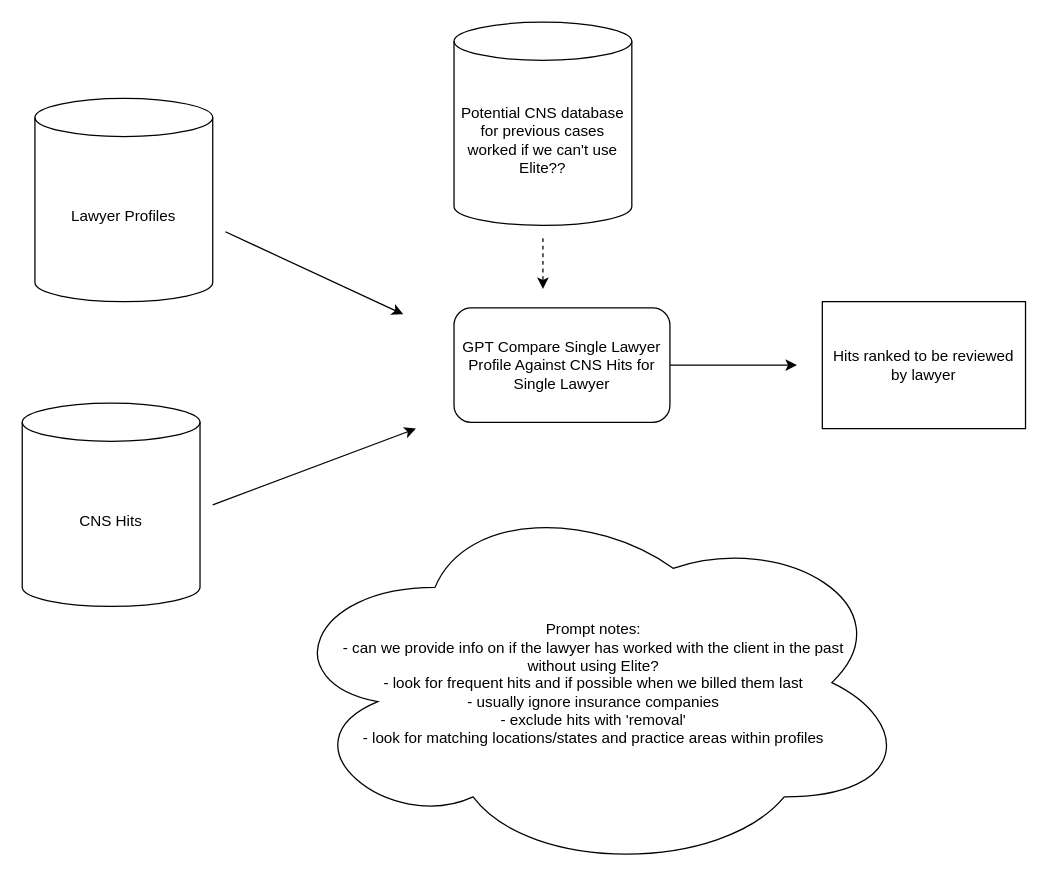
Earlier version of the draw.io diagram gpt_cns_hits.drawio (sabrina-phelps/sabrina_misc). Source tidied: cells renumbered, new cells numbered last; positions are measured from the earlier drawing's top-left corner, leaving out a move shared by most shapes. Both pictures are drawn from the tidied source at 127%, with x=0, y=0 at pixel (22, 22).
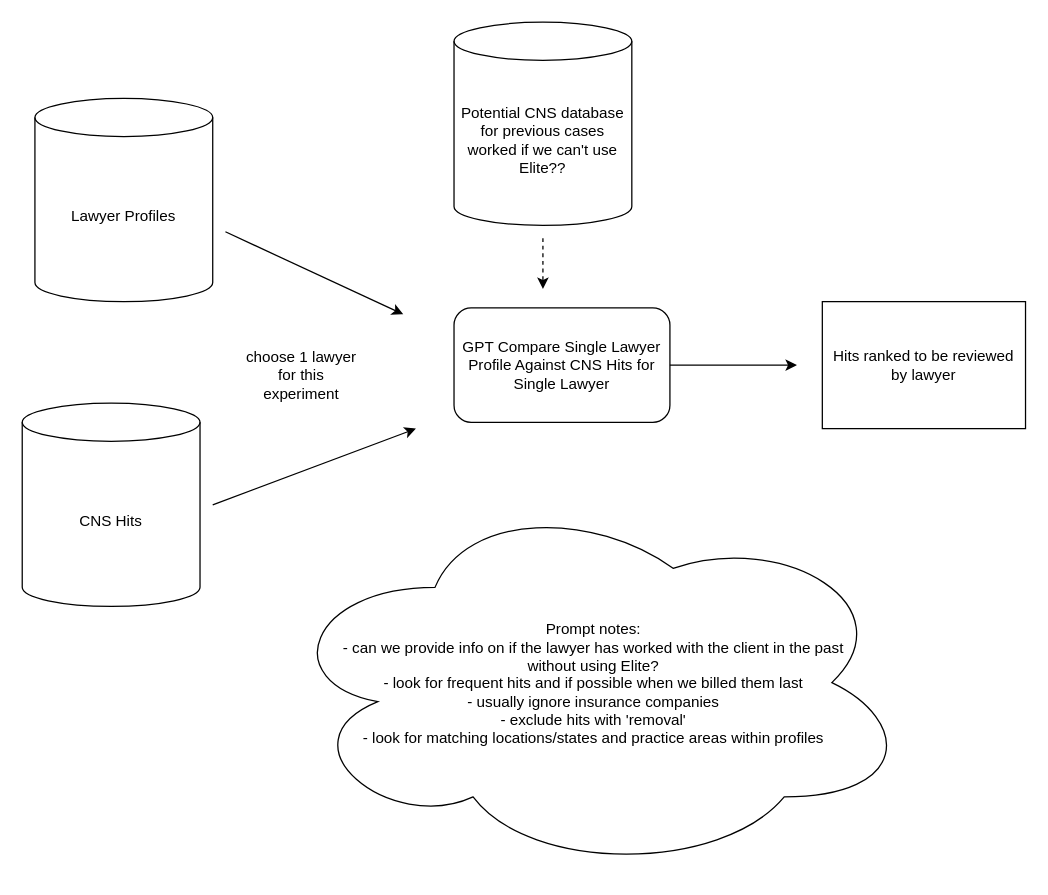
The same page after the edit.

Change to the diagram source:
```diff
@@
 <mxGraphModel>
   <root>
     <mxCell id="0" />
     <mxCell id="1" parent="0" />
     <mxCell id="2" value="Lawyer Profiles" style="shape=cylinder3;whiteSpace=wrap;html=1;boundedLbl=1;backgroundOutline=1;size=15;" parent="1" vertex="1">
       <mxGeometry x="10" y="60" width="140" height="160" as="geometry" />
     </mxCell>
     <mxCell id="3" value="CNS Hits" style="shape=cylinder3;whiteSpace=wrap;html=1;boundedLbl=1;backgroundOutline=1;size=15;" parent="1" vertex="1">
       <mxGeometry y="300" width="140" height="160" as="geometry" />
     </mxCell>
     <mxCell id="4" value="GPT Compare Single Lawyer Profile Against CNS Hits for Single Lawyer" style="rounded=1;whiteSpace=wrap;html=1;" parent="1" vertex="1">
       <mxGeometry x="340" y="225" width="170" height="90" as="geometry" />
     </mxCell>
     <mxCell id="5" value="Hits ranked to be reviewed by lawyer" style="rounded=0;whiteSpace=wrap;html=1;" parent="1" vertex="1">
       <mxGeometry x="630" y="220" width="160" height="100" as="geometry" />
     </mxCell>
     <mxCell id="6" style="endArrow=classic;html=1;rounded=0;" parent="1" edge="1">
       <mxGeometry relative="1" as="geometry">
         <mxPoint x="160" y="165" as="sourcePoint" />
         <mxPoint x="300" y="230" as="targetPoint" />
       </mxGeometry>
     </mxCell>
     <mxCell id="7" style="endArrow=classic;html=1;rounded=0;" parent="1" edge="1">
       <mxGeometry relative="1" as="geometry">
         <mxPoint x="150" y="380" as="sourcePoint" />
         <mxPoint x="310" y="320" as="targetPoint" />
       </mxGeometry>
     </mxCell>
     <mxCell id="8" value="Prompt notes:&lt;div&gt;- can we provide info on if the lawyer has worked with the client in the past without using Elite?&lt;/div&gt;&lt;div&gt;- look for frequent hits and if possible when we billed them last&lt;/div&gt;&lt;div&gt;- usually ignore insurance companies&lt;/div&gt;&lt;div&gt;- exclude hits with 'removal'&lt;/div&gt;&lt;div&gt;- look for matching locations/states and practice areas within profiles&lt;/div&gt;" style="ellipse;shape=cloud;whiteSpace=wrap;html=1;spacing=2;spacingTop=2;spacingLeft=43;spacingRight=43;" parent="1" vertex="1">
       <mxGeometry x="200" y="370" width="500" height="300" as="geometry" />
     </mxCell>
     <mxCell id="9" style="endArrow=classic;html=1;rounded=0;" parent="1" edge="1">
       <mxGeometry relative="1" as="geometry">
         <mxPoint x="510" y="270" as="sourcePoint" />
         <mxPoint x="610" y="270" as="targetPoint" />
       </mxGeometry>
     </mxCell>
     <mxCell id="10" value="Potential CNS database for previous cases worked if we can't use Elite??" style="shape=cylinder3;whiteSpace=wrap;html=1;boundedLbl=1;backgroundOutline=1;size=15;" parent="1" vertex="1">
       <mxGeometry x="340" width="140" height="160" as="geometry" />
     </mxCell>
     <mxCell id="11" style="endArrow=classic;html=1;rounded=0;dashed=1;" parent="1" edge="1">
       <mxGeometry relative="1" as="geometry">
         <mxPoint x="410" y="170" as="sourcePoint" />
         <mxPoint x="410" y="210" as="targetPoint" />
       </mxGeometry>
     </mxCell>
+    <mxCell id="12" value="choose 1 lawyer for this experiment" style="text;html=1;align=center;verticalAlign=middle;whiteSpace=wrap;rounded=0;" parent="1" vertex="1">
+      <mxGeometry x="170" y="255" width="100" height="45" as="geometry" />
+    </mxCell>
   </root>
 </mxGraphModel>
```
